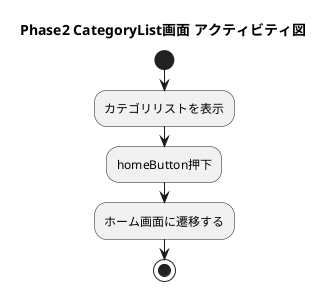
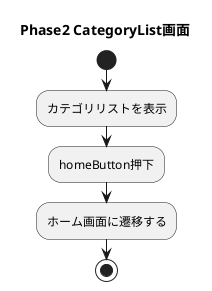
@startuml

- title Phase2 CategoryList画面 アクティビティ図
+ title Phase2 CategoryList画面
start
:カテゴリリストを表示;
:homeButton押下;
:ホーム画面に遷移する;
stop
@enduml